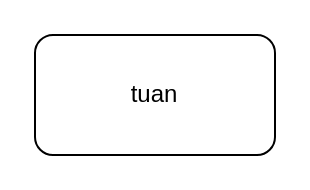
Before: test.drawio in Gojon3/draw.io, a draw.io diagram. Source tidied: cells renumbered, new cells numbered last; positions are measured from the earlier drawing's top-left corner, leaving out a move shared by most shapes. Both pictures are drawn from the tidied source at 200%, with x=0, y=0 at pixel (34, 34).
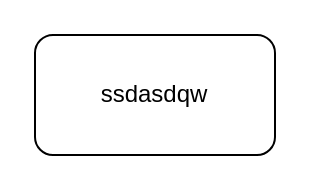
The same diagram, later.

Commit message (it also covers changes not shown here):
Cập nhật test.drawio

Change to the diagram source:
```diff
@@
 <mxGraphModel>
   <root>
     <mxCell id="0" />
     <mxCell id="1" parent="0" />
-    <mxCell id="2" value="tuan&lt;br&gt;" style="rounded=1;whiteSpace=wrap;html=1;" parent="1" vertex="1">
+    <mxCell id="2" value="ssdasdqw" style="rounded=1;whiteSpace=wrap;html=1;" parent="1" vertex="1">
       <mxGeometry width="120" height="60" as="geometry" />
     </mxCell>
   </root>
 </mxGraphModel>
```
